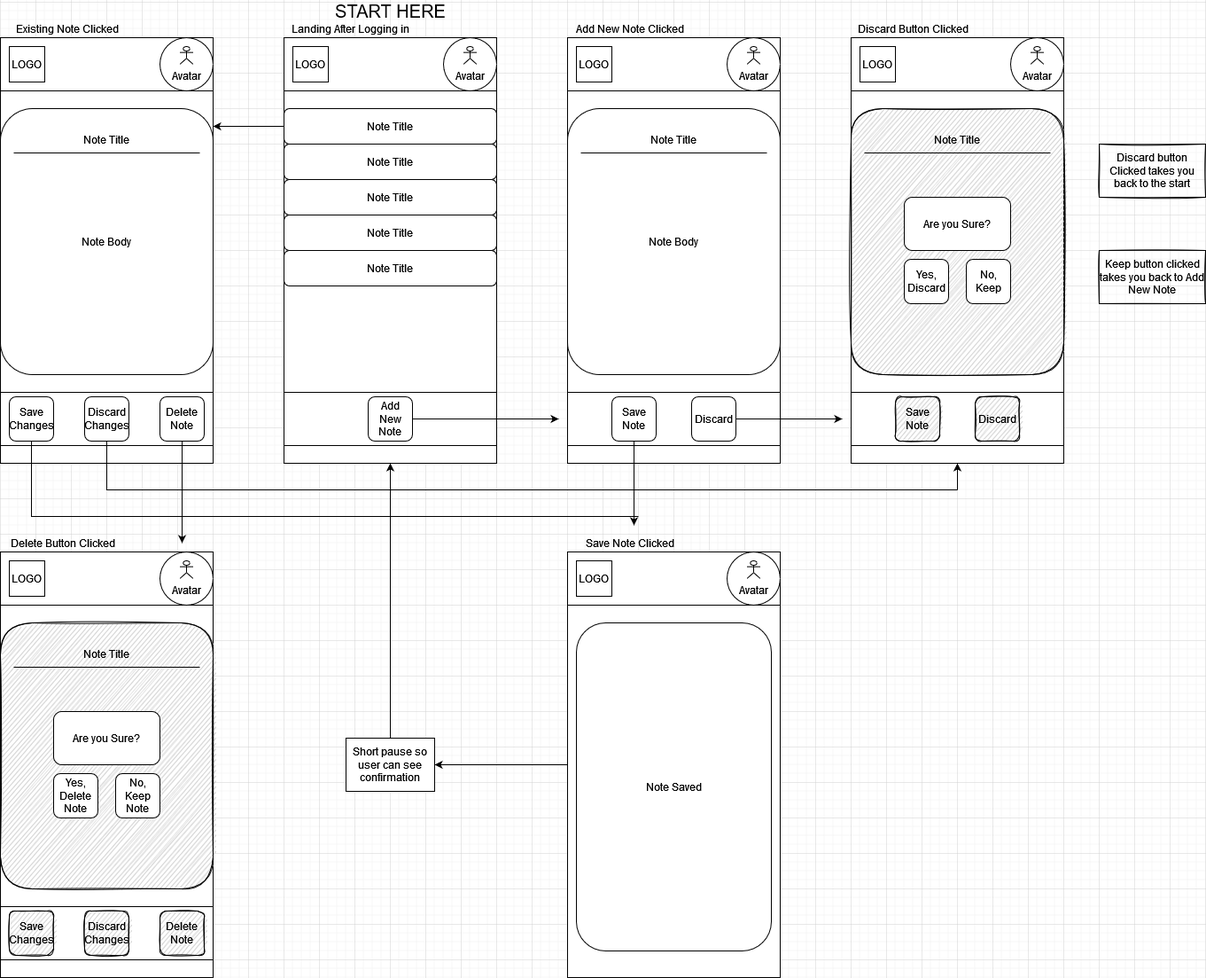
Earlier version of the draw.io export app/src/main/java/feefo_assessment/ApiDesign/resources/images/wire_frame.png (trekimann/Feefo_assesment). Source tidied: cells renumbered, new cells last; positions are measured from the earlier drawing's top-left corner, leaving out a move shared by most shapes.
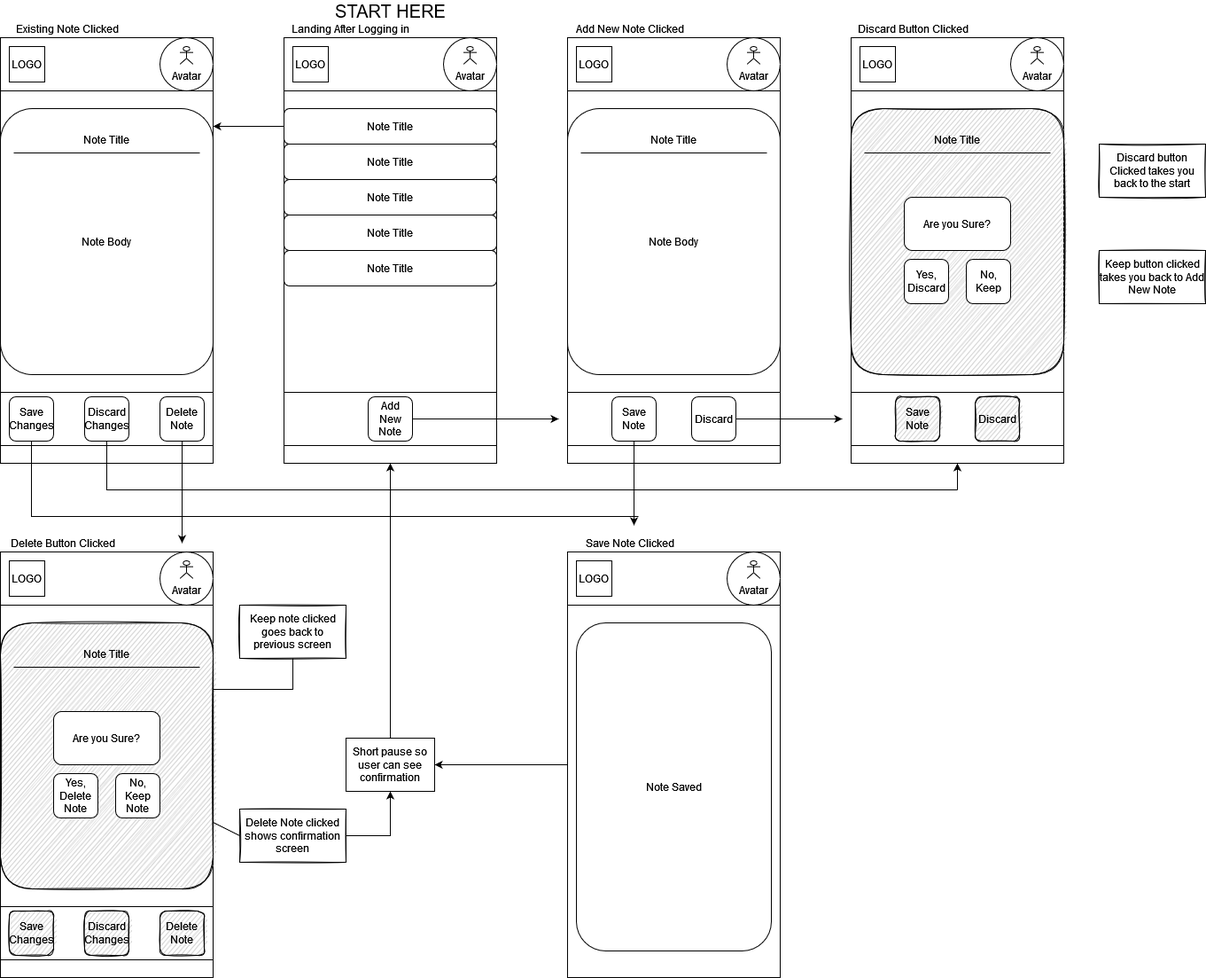
The same file after the commit.

Diff of the diagram source:
```diff
@@ -306,5 +306,28 @@
     <mxCell id="91" value="Keep button clicked takes you back to Add New Note" style="rounded=0;whiteSpace=wrap;html=1;glass=0;sketch=1;fontSize=12;fillColor=none;gradientColor=none;" parent="1" vertex="1">
       <mxGeometry x="1240" y="280" width="120" height="60" as="geometry" />
     </mxCell>
+    <mxCell id="92" value="Keep note clicked goes back to previous screen" style="rounded=0;whiteSpace=wrap;html=1;glass=0;sketch=1;fontSize=12;fillColor=none;gradientColor=none;" parent="1" vertex="1">
+      <mxGeometry x="270" y="680" width="120" height="60" as="geometry" />
+    </mxCell>
+    <mxCell id="93" value="Delete Note clicked shows confirmation screen" style="rounded=0;whiteSpace=wrap;html=1;glass=0;sketch=1;fontSize=12;fillColor=none;gradientColor=none;" parent="1" vertex="1">
+      <mxGeometry x="270" y="910" width="120" height="60" as="geometry" />
+    </mxCell>
+    <mxCell id="94" style="endArrow=none;html=1;rounded=0;fontSize=12;exitX=0.5;exitY=1;exitDx=0;exitDy=0;entryX=1;entryY=0.25;entryDx=0;entryDy=0;" parent="1" edge="1" source="92" target="75">
+      <mxGeometry relative="1" as="geometry">
+        <Array as="points">
+          <mxPoint x="330" y="775" />
+        </Array>
+      </mxGeometry>
+    </mxCell>
+    <mxCell id="95" style="endArrow=none;html=1;rounded=0;fontSize=12;exitX=1;exitY=0.75;exitDx=0;exitDy=0;entryX=0;entryY=0.5;entryDx=0;entryDy=0;" parent="1" edge="1" source="75" target="93">
+      <mxGeometry relative="1" as="geometry" />
+    </mxCell>
+    <mxCell id="96" style="endArrow=classic;html=1;rounded=0;fontSize=12;exitX=1;exitY=0.5;exitDx=0;exitDy=0;entryX=0.5;entryY=1;entryDx=0;entryDy=0;" parent="1" edge="1" source="93" target="53">
+      <mxGeometry relative="1" as="geometry">
+        <Array as="points">
+          <mxPoint x="440" y="940" />
+        </Array>
+      </mxGeometry>
+    </mxCell>
   </root>
 </mxGraphModel>
```
